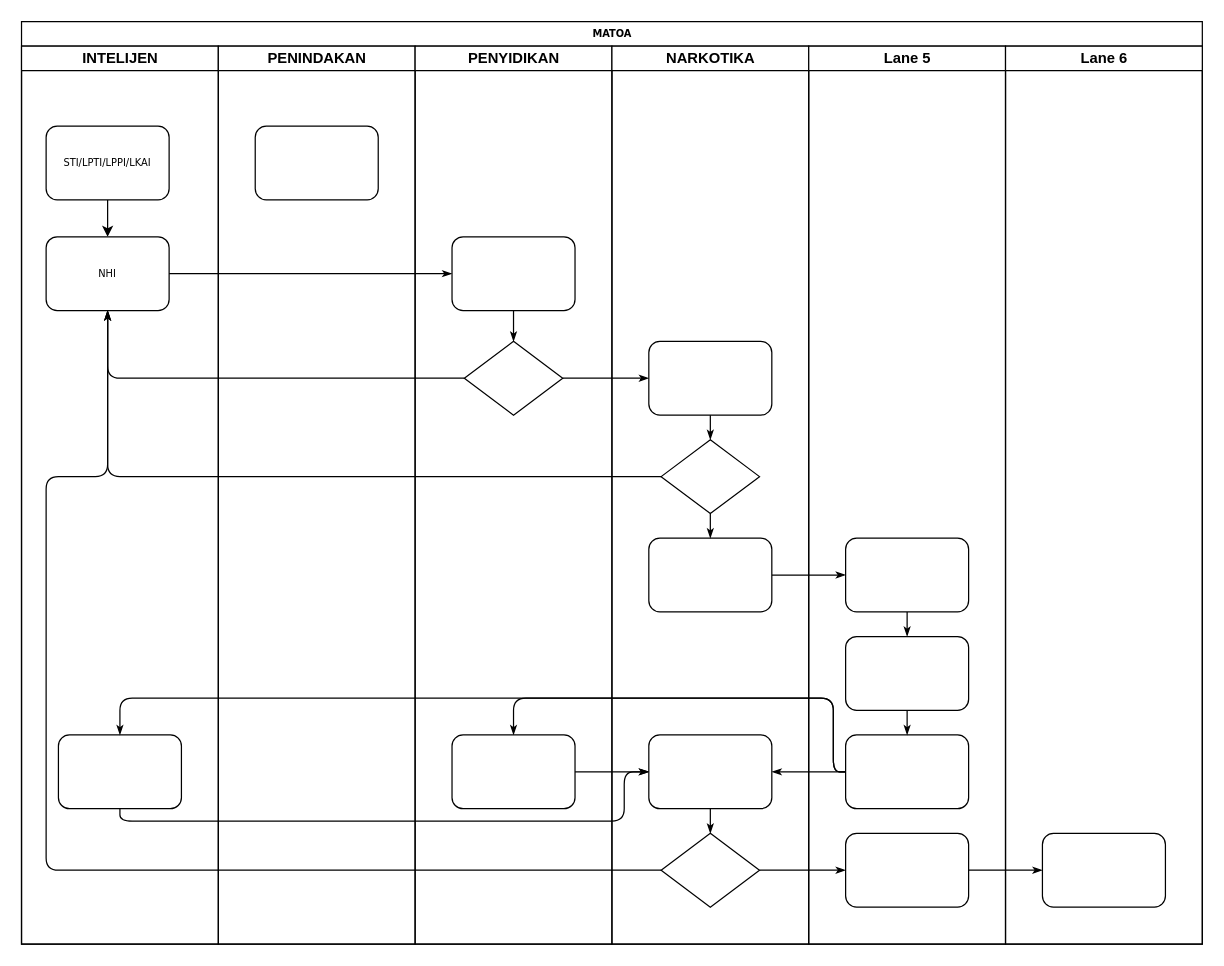
Above: Untitled flowchart_matoa.drawio in ridhobc/nento-resolusi (draw.io), before the change. Source tidied: cells renumbered, new cells numbered last; positions are measured from the earlier drawing's top-left corner, leaving out a move shared by most shapes. Both pictures are drawn from the tidied source at 123%, with x=0, y=0 at pixel (21, 21).
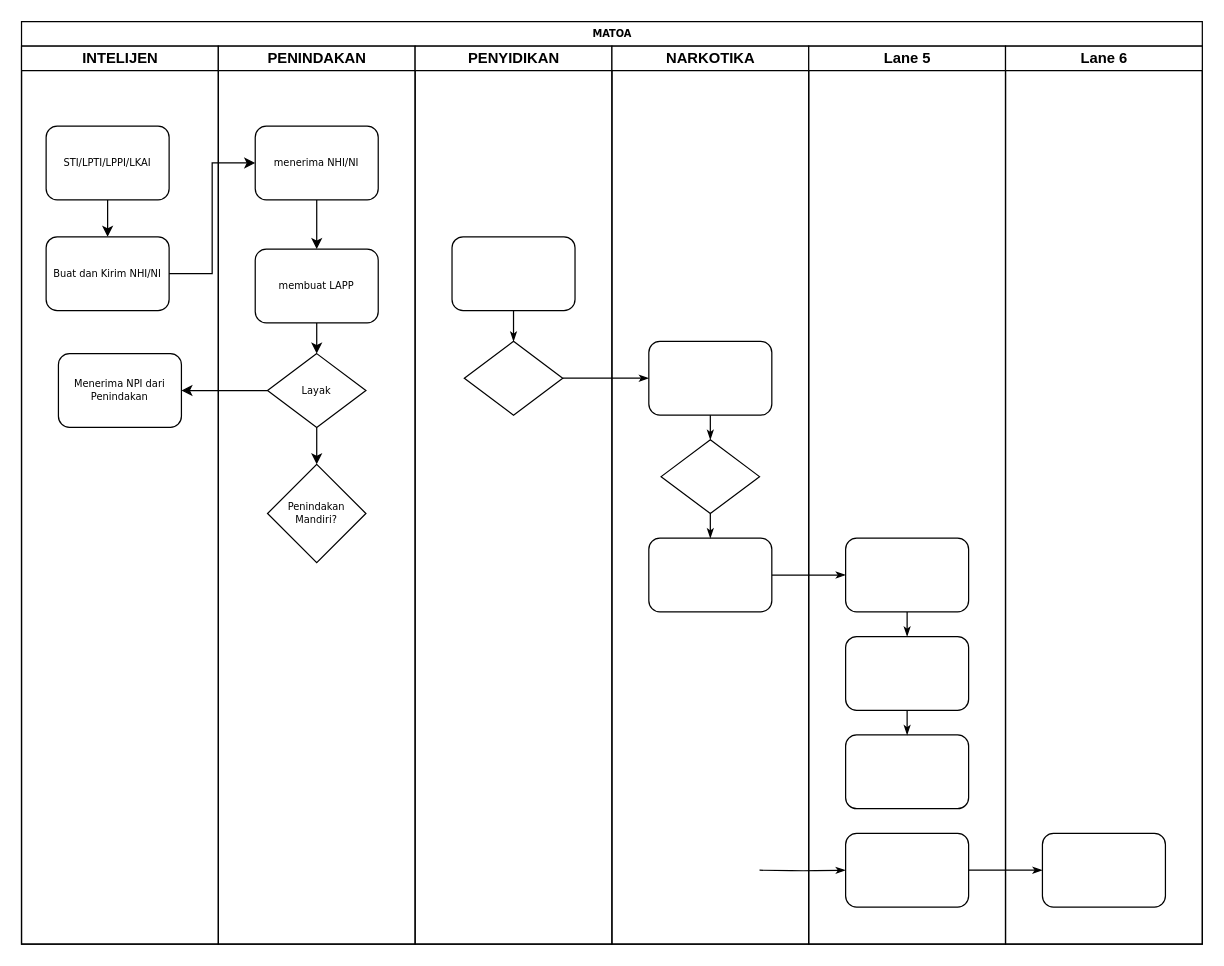
Above is the later version.

The change refers to these unchanged cells:
```xml
<mxCell id="2" value="MATOA" style="swimlane;html=1;startSize=20;rounded=0;shadow=0;labelBackgroundColor=none;strokeWidth=1;fontFamily=Verdana;fontSize=8;align=center;" parent="1" vertex="1">
  <mxGeometry width="960" height="750" as="geometry" />
</mxCell>
<mxCell id="3" value="INTELIJEN" style="swimlane;html=1;startSize=20;" parent="2" vertex="1">
  <mxGeometry y="20" width="160" height="730" as="geometry" />
</mxCell>
<mxCell id="21" value="PENINDAKAN" style="swimlane;html=1;startSize=20;" parent="2" vertex="1">
  <mxGeometry x="160" y="20" width="160" height="730" as="geometry" />
</mxCell>
<mxCell id="23" value="PENYIDIKAN" style="swimlane;html=1;startSize=20;" parent="2" vertex="1">
  <mxGeometry x="320" y="20" width="160" height="730" as="geometry" />
</mxCell>
<mxCell id="24" style="rounded=1;whiteSpace=wrap;html=1;shadow=0;labelBackgroundColor=none;strokeWidth=1;fontFamily=Verdana;fontSize=8;align=center;" parent="23" vertex="1">
  <mxGeometry x="30" y="155" width="100" height="60" as="geometry" />
</mxCell>
<mxCell id="25" style="rhombus;whiteSpace=wrap;html=1;rounded=0;shadow=0;labelBackgroundColor=none;strokeWidth=1;fontFamily=Verdana;fontSize=8;align=center;" parent="23" vertex="1">
  <mxGeometry x="40" y="240" width="80" height="60" as="geometry" />
</mxCell>
<mxCell id="28" value="NARKOTIKA" style="swimlane;html=1;startSize=20;" parent="2" vertex="1">
  <mxGeometry x="480" y="20" width="160" height="730" as="geometry" />
</mxCell>
<mxCell id="30" style="rhombus;whiteSpace=wrap;html=1;rounded=0;shadow=0;labelBackgroundColor=none;strokeWidth=1;fontFamily=Verdana;fontSize=8;align=center;" parent="28" vertex="1">
  <mxGeometry x="40" y="320" width="80" height="60" as="geometry" />
</mxCell>
<mxCell id="40" style="rounded=1;whiteSpace=wrap;html=1;shadow=0;labelBackgroundColor=none;strokeWidth=1;fontFamily=Verdana;fontSize=8;align=center;" parent="37" vertex="1">
  <mxGeometry x="30" y="560" width="100" height="60" as="geometry" />
</mxCell>
<mxCell id="41" style="rounded=1;whiteSpace=wrap;html=1;shadow=0;labelBackgroundColor=none;strokeWidth=1;fontFamily=Verdana;fontSize=8;align=center;" parent="37" vertex="1">
  <mxGeometry x="30" y="640" width="100" height="60" as="geometry" />
</mxCell>
```

What changed in the source:
```diff
@@
-    <mxCell id="6" value="NHI" style="rounded=1;whiteSpace=wrap;html=1;shadow=0;labelBackgroundColor=none;strokeWidth=1;fontFamily=Verdana;fontSize=8;align=center;" parent="3" vertex="1">
+    <mxCell id="6" value="Buat dan Kirim NHI/NI" style="rounded=1;whiteSpace=wrap;html=1;shadow=0;labelBackgroundColor=none;strokeWidth=1;fontFamily=Verdana;fontSize=8;align=center;" parent="3" vertex="1">
       <mxGeometry x="20" y="155" width="100" height="60" as="geometry" />
     </mxCell>
-    <mxCell id="7" style="rounded=1;whiteSpace=wrap;html=1;shadow=0;labelBackgroundColor=none;strokeWidth=1;fontFamily=Verdana;fontSize=8;align=center;" parent="3" vertex="1">
-      <mxGeometry x="30" y="560" width="100" height="60" as="geometry" />
-    </mxCell>
-    <mxCell id="8" style="edgeStyle=orthogonalEdgeStyle;rounded=1;html=1;labelBackgroundColor=none;startArrow=none;startFill=0;startSize=5;endArrow=classicThin;endFill=1;endSize=5;jettySize=auto;strokeWidth=1;fontFamily=Verdana;fontSize=8;" parent="2" edge="1" source="6" target="24">
-      <mxGeometry relative="1" as="geometry" />
-    </mxCell>
-    <mxCell id="9" style="edgeStyle=orthogonalEdgeStyle;rounded=1;html=1;labelBackgroundColor=none;startArrow=none;startFill=0;startSize=5;endArrow=classicThin;endFill=1;endSize=5;jettySize=auto;strokeWidth=1;fontFamily=Verdana;fontSize=8;" parent="2" edge="1" source="25" target="6">
-      <mxGeometry relative="1" as="geometry" />
-    </mxCell>
-    <mxCell id="10" style="edgeStyle=orthogonalEdgeStyle;rounded=1;html=1;labelBackgroundColor=none;startArrow=none;startFill=0;startSize=5;endArrow=classicThin;endFill=1;endSize=5;jettySize=auto;strokeWidth=1;fontFamily=Verdana;fontSize=8;" parent="2" edge="1" source="30" target="6">
-      <mxGeometry relative="1" as="geometry" />
-    </mxCell>
-    <mxCell id="11" style="edgeStyle=orthogonalEdgeStyle;rounded=1;html=1;labelBackgroundColor=none;startArrow=none;startFill=0;startSize=5;endArrow=classicThin;endFill=1;endSize=5;jettySize=auto;strokeWidth=1;fontFamily=Verdana;fontSize=8;" parent="2" edge="1" source="33" target="6">
-      <mxGeometry relative="1" as="geometry">
-        <Array as="points">
-          <mxPoint x="20" y="690" />
-          <mxPoint x="20" y="370" />
-          <mxPoint x="70" y="370" />
-        </Array>
-      </mxGeometry>
-    </mxCell>
+    <mxCell id="46" value="Menerima NPI dari Penindakan" style="rounded=1;whiteSpace=wrap;html=1;shadow=0;labelBackgroundColor=none;strokeWidth=1;fontFamily=Verdana;fontSize=8;align=center;" parent="3" vertex="1">
+      <mxGeometry x="30" y="250" width="100" height="60" as="geometry" />
+    </mxCell>
@@
-    <mxCell id="13" style="edgeStyle=orthogonalEdgeStyle;rounded=1;html=1;labelBackgroundColor=none;startArrow=none;startFill=0;startSize=5;endArrow=classicThin;endFill=1;endSize=5;jettySize=auto;strokeWidth=1;fontFamily=Verdana;fontSize=8;" parent="2" edge="1" source="33" target="41">
-      <mxGeometry relative="1" as="geometry" />
+    <mxCell id="13" style="edgeStyle=orthogonalEdgeStyle;rounded=1;html=1;labelBackgroundColor=none;startArrow=none;startFill=0;startSize=5;endArrow=classicThin;endFill=1;endSize=5;jettySize=auto;strokeWidth=1;fontFamily=Verdana;fontSize=8;" parent="2" edge="1" target="41">
+      <mxGeometry relative="1" as="geometry">
+        <mxPoint x="600" y="690" as="sourcePoint" />
+      </mxGeometry>
     </mxCell>
@@
-    <mxCell id="16" style="edgeStyle=orthogonalEdgeStyle;rounded=1;html=1;labelBackgroundColor=none;startArrow=none;startFill=0;startSize=5;endArrow=classicThin;endFill=1;endSize=5;jettySize=auto;strokeWidth=1;fontFamily=Verdana;fontSize=8;" parent="2" edge="1" source="40" target="26">
-      <mxGeometry relative="1" as="geometry">
-        <Array as="points">
-          <mxPoint x="660" y="610" />
-          <mxPoint x="660" y="550" />
-          <mxPoint x="400" y="550" />
-        </Array>
-      </mxGeometry>
-    </mxCell>
-    <mxCell id="17" style="edgeStyle=orthogonalEdgeStyle;rounded=1;html=1;labelBackgroundColor=none;startArrow=none;startFill=0;startSize=5;endArrow=classicThin;endFill=1;endSize=5;jettySize=auto;strokeColor=#000000;strokeWidth=1;fontFamily=Verdana;fontSize=8;fontColor=#000000;" parent="2" edge="1" source="40" target="32">
-      <mxGeometry relative="1" as="geometry" />
-    </mxCell>
-    <mxCell id="18" style="edgeStyle=orthogonalEdgeStyle;rounded=1;html=1;labelBackgroundColor=none;startArrow=none;startFill=0;startSize=5;endArrow=classicThin;endFill=1;endSize=5;jettySize=auto;strokeWidth=1;fontFamily=Verdana;fontSize=8;" parent="2" edge="1" source="40" target="7">
-      <mxGeometry relative="1" as="geometry">
-        <Array as="points">
-          <mxPoint x="660" y="610" />
-          <mxPoint x="660" y="550" />
-          <mxPoint x="80" y="550" />
-        </Array>
-      </mxGeometry>
-    </mxCell>
-    <mxCell id="19" style="edgeStyle=orthogonalEdgeStyle;rounded=1;html=1;labelBackgroundColor=none;startArrow=none;startFill=0;startSize=5;endArrow=classicThin;endFill=1;endSize=5;jettySize=auto;strokeWidth=1;fontFamily=Verdana;fontSize=8;" parent="2" edge="1" source="7" target="32">
-      <mxGeometry relative="1" as="geometry">
-        <Array as="points">
-          <mxPoint x="80" y="650" />
-          <mxPoint x="490" y="650" />
-          <mxPoint x="490" y="610" />
-        </Array>
-      </mxGeometry>
-    </mxCell>
-    <mxCell id="20" style="edgeStyle=orthogonalEdgeStyle;rounded=1;html=1;labelBackgroundColor=none;startArrow=none;startFill=0;startSize=5;endArrow=classicThin;endFill=1;endSize=5;jettySize=auto;strokeWidth=1;fontFamily=Verdana;fontSize=8;" parent="2" edge="1" source="26" target="32">
-      <mxGeometry relative="1" as="geometry" />
-    </mxCell>
@@
+    <mxCell id="47" style="edgeStyle=orthogonalEdgeStyle;rounded=0;jettySize=auto;html=1;" parent="21" edge="1" source="22" target="49">
+      <mxGeometry relative="1" as="geometry" />
+    </mxCell>
-    <mxCell id="22" style="rounded=1;whiteSpace=wrap;html=1;shadow=0;labelBackgroundColor=none;strokeWidth=1;fontFamily=Verdana;fontSize=8;align=center;" parent="21" vertex="1">
+    <mxCell id="22" value="menerima NHI/NI" style="rounded=1;whiteSpace=wrap;html=1;shadow=0;labelBackgroundColor=none;strokeWidth=1;fontFamily=Verdana;fontSize=8;align=center;" parent="21" vertex="1">
       <mxGeometry x="30" y="65" width="100" height="60" as="geometry" />
     </mxCell>
+    <mxCell id="48" style="edgeStyle=orthogonalEdgeStyle;rounded=0;jettySize=auto;html=1;exitX=0.5;exitY=1;exitDx=0;exitDy=0;" parent="21" edge="1" source="49" target="50">
+      <mxGeometry relative="1" as="geometry" />
+    </mxCell>
+    <mxCell id="49" value="membuat LAPP" style="rounded=1;whiteSpace=wrap;html=1;shadow=0;labelBackgroundColor=none;strokeWidth=1;fontFamily=Verdana;fontSize=8;align=center;" parent="21" vertex="1">
+      <mxGeometry x="30" y="165" width="100" height="60" as="geometry" />
+    </mxCell>
+    <mxCell id="50" value="Layak" style="rhombus;whiteSpace=wrap;html=1;rounded=0;shadow=0;labelBackgroundColor=none;strokeWidth=1;fontFamily=Verdana;fontSize=8;align=center;" parent="21" vertex="1">
+      <mxGeometry x="40" y="250" width="80" height="60" as="geometry" />
+    </mxCell>
+    <mxCell id="51" value="Penindakan Mandiri?" style="rhombus;whiteSpace=wrap;html=1;fontSize=8;fontFamily=Verdana;rounded=0;shadow=0;labelBackgroundColor=none;strokeWidth=1;" parent="21" vertex="1">
+      <mxGeometry x="40" y="340" width="80" height="80" as="geometry" />
+    </mxCell>
+    <mxCell id="52" style="edgeStyle=orthogonalEdgeStyle;rounded=0;jettySize=auto;html=1;" parent="21" edge="1" source="50" target="51">
+      <mxGeometry relative="1" as="geometry" />
+    </mxCell>
@@
-    <mxCell id="26" style="rounded=1;whiteSpace=wrap;html=1;shadow=0;labelBackgroundColor=none;strokeWidth=1;fontFamily=Verdana;fontSize=8;align=center;" parent="23" vertex="1">
-      <mxGeometry x="30" y="560" width="100" height="60" as="geometry" />
-    </mxCell>
@@
-    <mxCell id="32" style="rounded=1;whiteSpace=wrap;html=1;shadow=0;labelBackgroundColor=none;strokeWidth=1;fontFamily=Verdana;fontSize=8;align=center;" parent="28" vertex="1">
-      <mxGeometry x="30" y="560" width="100" height="60" as="geometry" />
-    </mxCell>
-    <mxCell id="33" style="rhombus;whiteSpace=wrap;html=1;rounded=0;shadow=0;labelBackgroundColor=none;strokeWidth=1;fontFamily=Verdana;fontSize=8;align=center;" parent="28" vertex="1">
-      <mxGeometry x="40" y="640" width="80" height="60" as="geometry" />
-    </mxCell>
@@
-    <mxCell id="36" style="edgeStyle=orthogonalEdgeStyle;rounded=1;html=1;labelBackgroundColor=none;startArrow=none;startFill=0;startSize=5;endArrow=classicThin;endFill=1;endSize=5;jettySize=auto;strokeWidth=1;fontFamily=Verdana;fontSize=8;" parent="28" edge="1" source="32" target="33">
-      <mxGeometry relative="1" as="geometry" />
-    </mxCell>
@@
+    <mxCell id="53" style="edgeStyle=orthogonalEdgeStyle;rounded=0;jettySize=auto;html=1;exitX=1;exitY=0.5;exitDx=0;exitDy=0;entryX=0;entryY=0.5;entryDx=0;entryDy=0;" parent="2" edge="1" source="6" target="22">
+      <mxGeometry relative="1" as="geometry" />
+    </mxCell>
+    <mxCell id="54" style="edgeStyle=orthogonalEdgeStyle;rounded=0;jettySize=auto;html=1;exitX=0;exitY=0.5;exitDx=0;exitDy=0;entryX=1;entryY=0.5;entryDx=0;entryDy=0;" parent="2" edge="1" source="50" target="46">
+      <mxGeometry relative="1" as="geometry" />
+    </mxCell>
```
